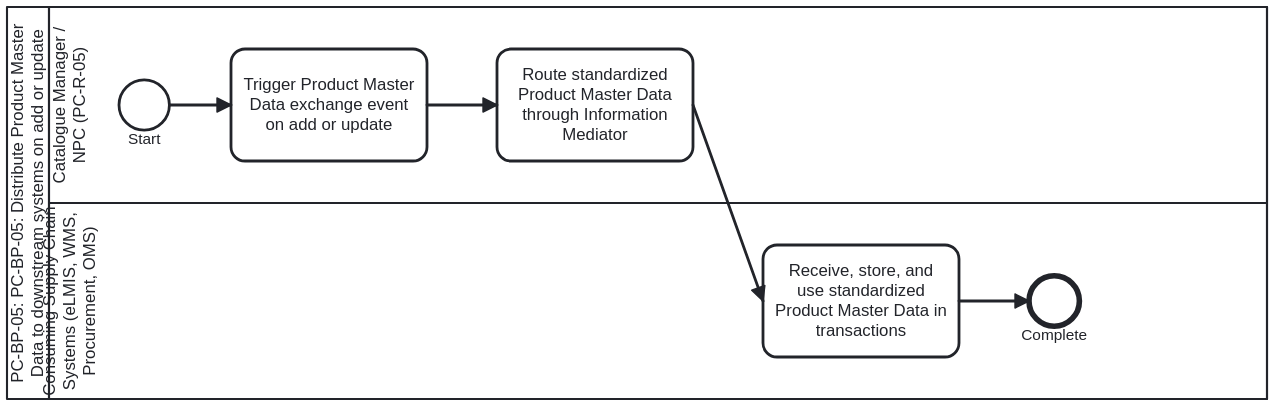
litlfred/dth-pc keeps this BPMN diagram as folio/dth-pc/media/PC-BP-05.svg. Above is the earlier version. Its source is kept beside it as processes/PC-BP-05.bpmn. Ids are renumbered.
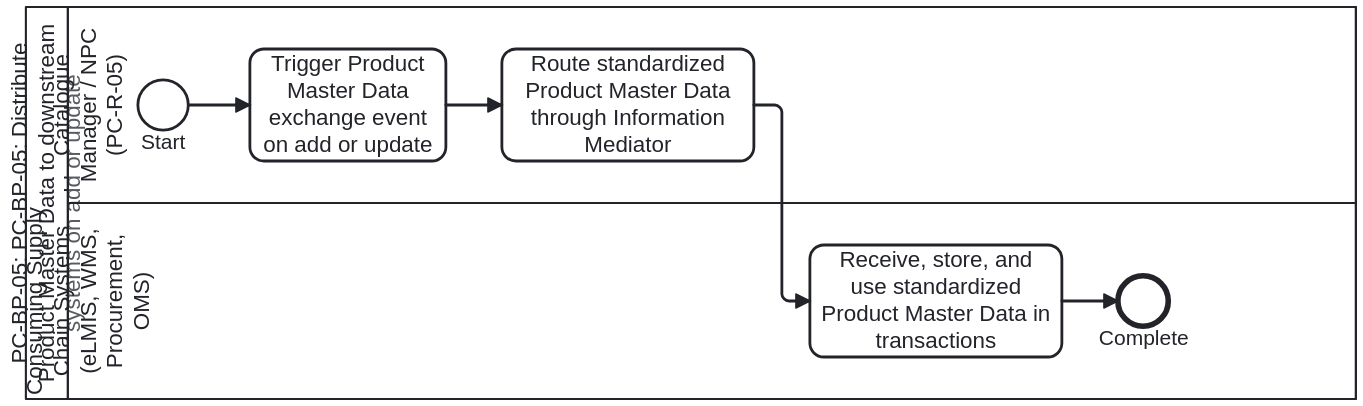
The same diagram one commit later.

The edit, as a diff of the source:
```diff
@@ -55,13 +55,13 @@
   <bpmndi:BPMNDiagram id="BPMNDiagram_PC_BP_05">
     <bpmndi:BPMNPlane id="BPMNPlane_PC_BP_05" bpmnElement="Collaboration_PC_BP_05">
       <bpmndi:BPMNShape id="Participant_PC_BP_05_di" bpmnElement="Participant_PC_BP_05" isHorizontal="true">
-        <dc:Bounds x="100" y="60" width="900" height="280" />
+        <dc:Bounds x="100" y="60" width="950" height="280" />
       </bpmndi:BPMNShape>
       <bpmndi:BPMNShape id="Lane_1_di" bpmnElement="Lane_1" isHorizontal="true">
-        <dc:Bounds x="130" y="60" width="870" height="140" />
+        <dc:Bounds x="130" y="60" width="920" height="140" />
       </bpmndi:BPMNShape>
       <bpmndi:BPMNShape id="Lane_2_di" bpmnElement="Lane_2" isHorizontal="true">
-        <dc:Bounds x="130" y="200" width="870" height="140" />
+        <dc:Bounds x="130" y="200" width="920" height="140" />
       </bpmndi:BPMNShape>
       <bpmndi:BPMNShape id="StartEvent_1_di" bpmnElement="StartEvent_1">
         <dc:Bounds x="180" y="112" width="36" height="36" />
@@ -70,13 +70,13 @@
         <dc:Bounds x="260" y="90" width="140" height="80" />
       </bpmndi:BPMNShape>
       <bpmndi:BPMNShape id="Task_2_di" bpmnElement="Task_2">
-        <dc:Bounds x="450" y="90" width="140" height="80" />
+        <dc:Bounds x="440" y="90" width="180" height="80" />
       </bpmndi:BPMNShape>
       <bpmndi:BPMNShape id="Task_3_di" bpmnElement="Task_3">
-        <dc:Bounds x="640" y="230" width="140" height="80" />
+        <dc:Bounds x="660" y="230" width="180" height="80" />
       </bpmndi:BPMNShape>
       <bpmndi:BPMNShape id="EndEvent_1_di" bpmnElement="EndEvent_1">
-        <dc:Bounds x="830" y="252" width="36" height="36" />
+        <dc:Bounds x="880" y="252" width="36" height="36" />
       </bpmndi:BPMNShape>
       <bpmndi:BPMNEdge id="Flow_0_di" bpmnElement="Flow_0">
         <di:waypoint x="216" y="130" />
@@ -84,15 +84,17 @@
       </bpmndi:BPMNEdge>
       <bpmndi:BPMNEdge id="Flow_1_di" bpmnElement="Flow_1">
         <di:waypoint x="400" y="130" />
-        <di:waypoint x="450" y="130" />
+        <di:waypoint x="440" y="130" />
       </bpmndi:BPMNEdge>
       <bpmndi:BPMNEdge id="Flow_2_di" bpmnElement="Flow_2">
-        <di:waypoint x="590" y="130" />
+        <di:waypoint x="620" y="130" />
+        <di:waypoint x="640" y="130" />
         <di:waypoint x="640" y="270" />
+        <di:waypoint x="660" y="270" />
       </bpmndi:BPMNEdge>
       <bpmndi:BPMNEdge id="Flow_3_di" bpmnElement="Flow_3">
-        <di:waypoint x="780" y="270" />
-        <di:waypoint x="830" y="270" />
+        <di:waypoint x="840" y="270" />
+        <di:waypoint x="880" y="270" />
       </bpmndi:BPMNEdge>
     </bpmndi:BPMNPlane>
   </bpmndi:BPMNDiagram>
```
